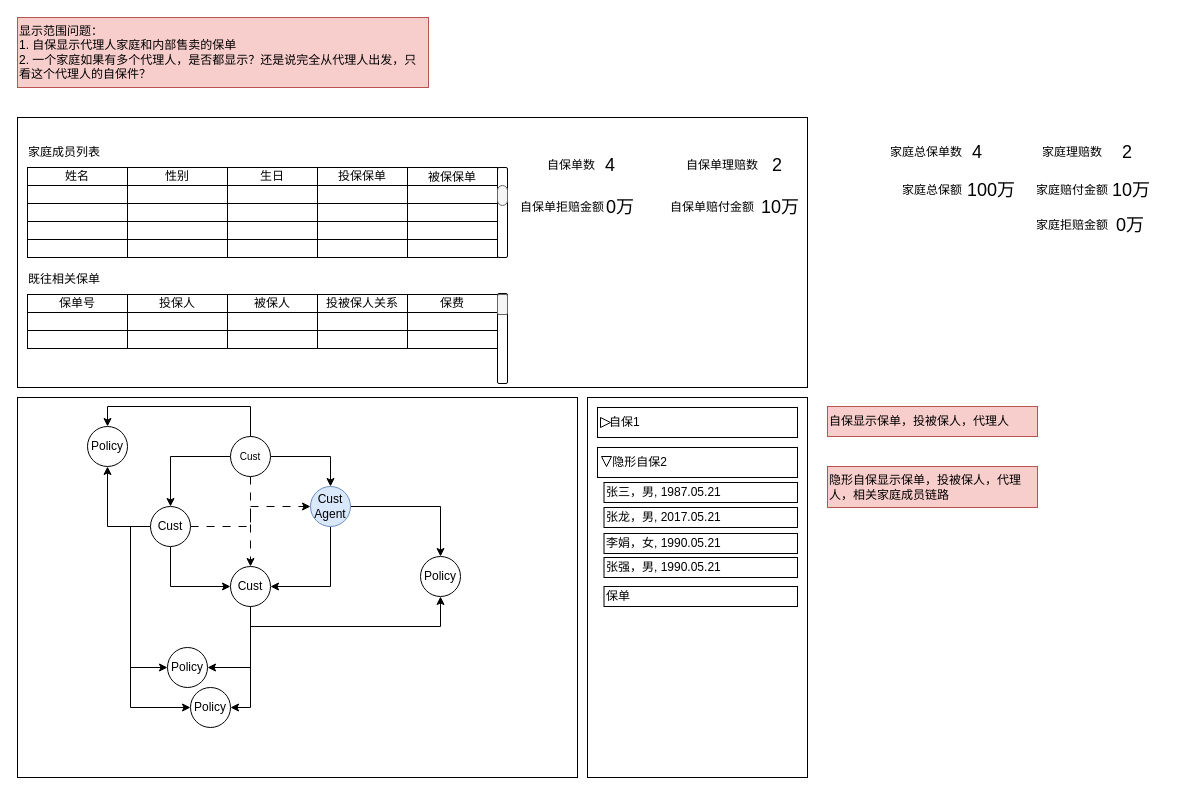
This is page "紧密客群-自保" (6 of 8) of 友邦/ux.drawio from XiaoLiuAI/diagrams, a draw.io file, before an edit. Source tidied: cells renumbered, new cells numbered last; positions are measured from the earlier drawing's top-left corner, leaving out a move shared by most shapes. Both pictures are drawn from the tidied source at 100%, with x=0, y=0 at pixel (17, 17).
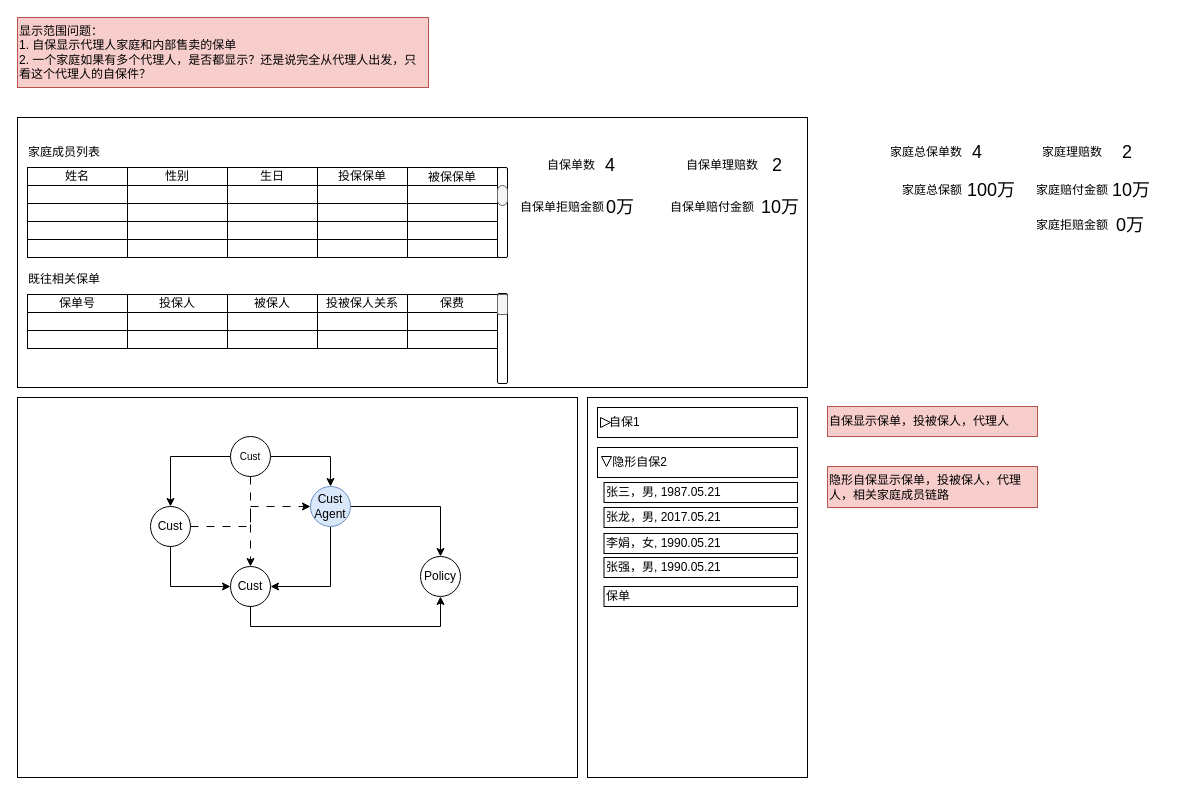
Above is the later version.

The change refers to these unchanged cells:
```xml
<mxCell id="6" value="&lt;font style=&quot;font-size: 10px;&quot;&gt;Cust&lt;br&gt;&lt;/font&gt;" style="ellipse;whiteSpace=wrap;html=1;" parent="1" vertex="1">
  <mxGeometry x="213" y="419" width="40" height="40" as="geometry" />
</mxCell>
<mxCell id="12" value="Cust" style="ellipse;whiteSpace=wrap;html=1;" parent="1" vertex="1">
  <mxGeometry x="133" y="489" width="40" height="40" as="geometry" />
</mxCell>
<mxCell id="28" value="Cust" style="ellipse;whiteSpace=wrap;html=1;" parent="1" vertex="1">
  <mxGeometry x="213" y="549" width="40" height="40" as="geometry" />
</mxCell>
```

The edit, as a diff of the source:
```diff
@@
-    <mxCell id="8" style="edgeStyle=orthogonalEdgeStyle;rounded=0;jettySize=auto;html=1;exitX=0;exitY=0.5;exitDx=0;exitDy=0;entryX=0;entryY=0.5;entryDx=0;entryDy=0;" parent="1" edge="1" source="12" target="30">
-      <mxGeometry relative="1" as="geometry" />
-    </mxCell>
-    <mxCell id="9" style="edgeStyle=orthogonalEdgeStyle;rounded=0;jettySize=auto;html=1;exitX=0;exitY=0.5;exitDx=0;exitDy=0;entryX=0;entryY=0.5;entryDx=0;entryDy=0;" parent="1" edge="1" source="12" target="31">
-      <mxGeometry relative="1" as="geometry" />
-    </mxCell>
-    <mxCell id="10" style="edgeStyle=orthogonalEdgeStyle;rounded=0;jettySize=auto;html=1;exitX=0;exitY=0.5;exitDx=0;exitDy=0;" parent="1" edge="1" source="12" target="33">
-      <mxGeometry relative="1" as="geometry" />
-    </mxCell>
@@
-    <mxCell id="26" style="edgeStyle=orthogonalEdgeStyle;rounded=0;jettySize=auto;html=1;exitX=0.5;exitY=1;exitDx=0;exitDy=0;entryX=1;entryY=0.5;entryDx=0;entryDy=0;" parent="1" edge="1" source="28" target="30">
-      <mxGeometry relative="1" as="geometry" />
-    </mxCell>
-    <mxCell id="27" style="edgeStyle=orthogonalEdgeStyle;rounded=0;jettySize=auto;html=1;exitX=0.5;exitY=1;exitDx=0;exitDy=0;entryX=1;entryY=0.5;entryDx=0;entryDy=0;" parent="1" edge="1" source="28" target="31">
-      <mxGeometry relative="1" as="geometry" />
-    </mxCell>
@@
-    <mxCell id="30" value="Policy" style="ellipse;whiteSpace=wrap;html=1;" parent="1" vertex="1">
-      <mxGeometry x="173" y="670" width="40" height="40" as="geometry" />
-    </mxCell>
-    <mxCell id="31" value="Policy" style="ellipse;whiteSpace=wrap;html=1;" parent="1" vertex="1">
-      <mxGeometry x="150" y="630" width="40" height="40" as="geometry" />
-    </mxCell>
-    <mxCell id="32" style="edgeStyle=orthogonalEdgeStyle;rounded=0;jettySize=auto;html=1;exitX=0.5;exitY=0;exitDx=0;exitDy=0;entryX=0.5;entryY=0;entryDx=0;entryDy=0;startArrow=classic;startFill=1;endArrow=none;endFill=0;" parent="1" edge="1" source="33" target="6">
-      <mxGeometry relative="1" as="geometry" />
-    </mxCell>
-    <mxCell id="33" value="Policy" style="ellipse;whiteSpace=wrap;html=1;" parent="1" vertex="1">
-      <mxGeometry x="70" y="409" width="40" height="40" as="geometry" />
-    </mxCell>
```
